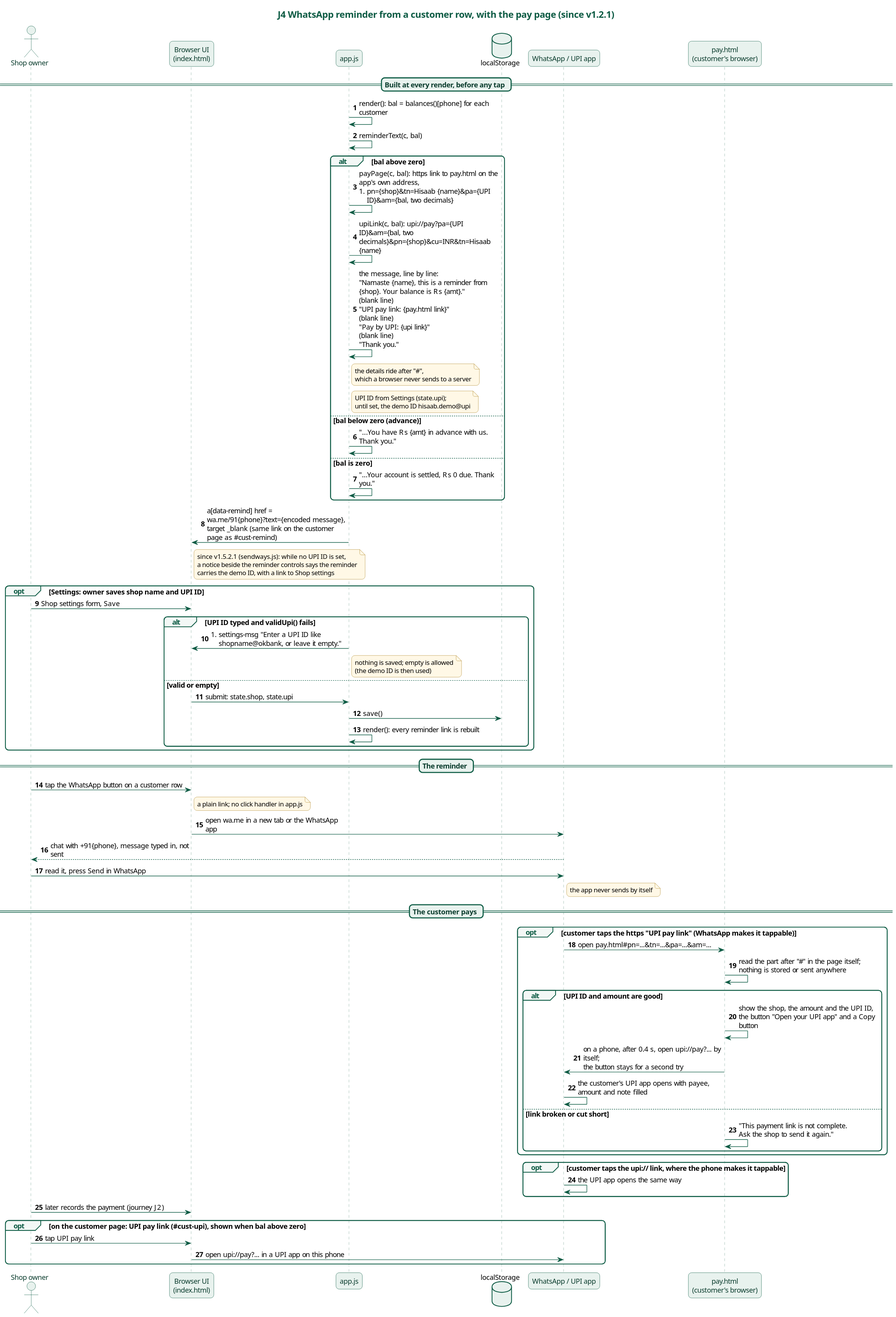
Earlier version of the PlantUML export docs/diagrams/j4-whatsapp-reminder.svg (karwasanjay007/hisaab-docs).
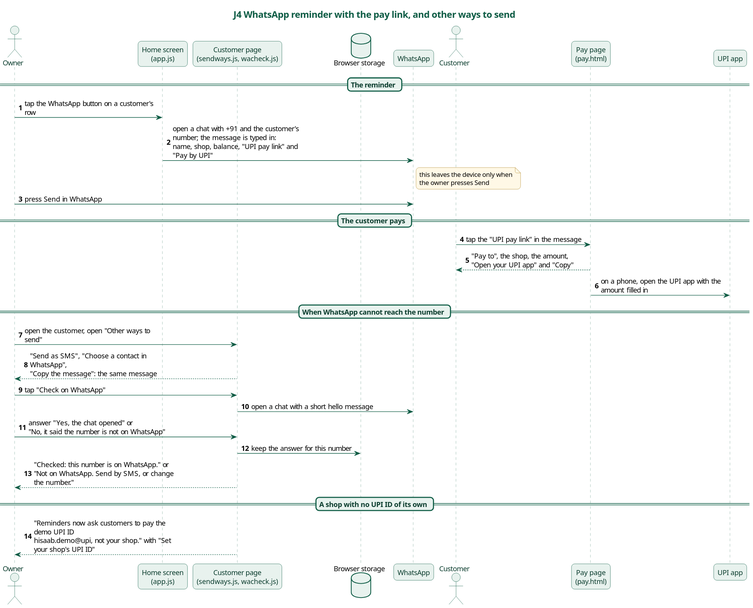
After the change.

Diff of the diagram source:
```diff
@@ -1,5 +1,5 @@
 @startuml
-title J4 WhatsApp reminder from a customer row, with the pay page (since v1.2.1)
+title J4 WhatsApp reminder with the pay link, and other ways to send
 skinparam backgroundColor white
 skinparam defaultFontName "Noto Sans"
 skinparam defaultFontSize 13
@@ -37,65 +37,32 @@
   BackgroundColor #FFF8E6
   FontSize 12
 }
-actor "Shop owner" as Owner
-participant "Browser UI\n(index.html)" as UI
-participant "app.js" as App
-database "localStorage" as LS
-participant "WhatsApp / UPI app" as WA
-participant "pay.html\n(customer's browser)" as Pay
+actor "Owner" as O
+participant "Home screen\n(app.js)" as H
+participant "Customer page\n(sendways.js, wacheck.js)" as C
+database "Browser storage" as S
+participant "WhatsApp" as WA
+actor "Customer" as K
+participant "Pay page\n(pay.html)" as P
+participant "UPI app" as U
 autonumber
-== Built at every render, before any tap ==
-App -> App : render(): bal = balances()[phone] for each customer
-App -> App : reminderText(c, bal)
-alt bal above zero
-  App -> App : payPage(c, bal): https link to pay.html on the app's own address,\n#pn={shop}&tn=Hisaab {name}&pa={UPI ID}&am={bal, two decimals}
-  App -> App : upiLink(c, bal): upi:~//pay?pa={UPI ID}&am={bal, two decimals}&pn={shop}&cu=INR&tn=Hisaab {name}
-  App -> App : the message, line by line:\n"Namaste {name}, this is a reminder from {shop}. Your balance is Rs {amt}."\n(blank line)\n"UPI pay link: {pay.html link}"\n(blank line)\n"Pay by UPI: {upi link}"\n(blank line)\n"Thank you."
-  note right of App : the details ride after "#",\nwhich a browser never sends to a server
-  note right of App : UPI ID from Settings (state.upi);\nuntil set, the demo ID hisaab.demo@upi
-else bal below zero (advance)
-  App -> App : "...You have Rs {amt} in advance with us. Thank you."
-else bal is zero
-  App -> App : "...Your account is settled, Rs 0 due. Thank you."
-end
-App -> UI : a[data-remind] href = wa.me/91{phone}?text={encoded message},\ntarget _blank (same link on the customer page as #cust-remind)
-note right of UI : since v1.5.2.1 (sendways.js): while no UPI ID is set,\na notice beside the reminder controls says the reminder\ncarries the demo ID, with a link to Shop settings
-opt Settings: owner saves shop name and UPI ID
-  Owner -> UI : Shop settings form, Save
-  alt UPI ID typed and validUpi() fails
-    App -> UI : #settings-msg "Enter a UPI ID like shopname@okbank, or leave it empty."
-    note right of App : nothing is saved; empty is allowed\n(the demo ID is then used)
-  else valid or empty
-    UI -> App : submit: state.shop, state.upi
-    App -> LS : save()
-    App -> App : render(): every reminder link is rebuilt
-  end
-end
 == The reminder ==
-Owner -> UI : tap the WhatsApp button on a customer row
-note right of UI : a plain link; no click handler in app.js
-UI -> WA : open wa.me in a new tab or the WhatsApp app
-WA --> Owner : chat with +91{phone}, message typed in, not sent
-Owner -> WA : read it, press Send in WhatsApp
-note right of WA : the app never sends by itself
+O -> H : tap the WhatsApp button on a customer's row
+H -> WA : open a chat with +91 and the customer's number; the message is typed in:\nname, shop, balance, "UPI pay link" and "Pay by UPI"
+note right of WA : this leaves the device only when\nthe owner presses Send
+O -> WA : press Send in WhatsApp
 == The customer pays ==
-opt customer taps the https "UPI pay link" (WhatsApp makes it tappable)
-  WA -> Pay : open pay.html#pn=...&tn=...&pa=...&am=...
-  Pay -> Pay : read the part after "#" in the page itself;\nnothing is stored or sent anywhere
-  alt UPI ID and amount are good
-    Pay -> Pay : show the shop, the amount and the UPI ID,\nthe button "Open your UPI app" and a Copy button
-    Pay -> WA : on a phone, after 0.4 s, open upi:~//pay?... by itself;\nthe button stays for a second try
-    WA -> WA : the customer's UPI app opens with payee, amount and note filled
-  else link broken or cut short
-    Pay -> Pay : "This payment link is not complete.\nAsk the shop to send it again."
-  end
-end
-opt customer taps the upi:~// link, where the phone makes it tappable
-  WA -> WA : the UPI app opens the same way
-end
-Owner -> UI : later records the payment (journey J2)
-opt on the customer page: UPI pay link (#cust-upi), shown when bal above zero
-  Owner -> UI : tap UPI pay link
-  UI -> WA : open upi:~//pay?... in a UPI app on this phone
-end
+K -> P : tap the "UPI pay link" in the message
+P --> K : "Pay to", the shop, the amount,\n"Open your UPI app" and "Copy"
+P -> U : on a phone, open the UPI app with the amount filled in
+== When WhatsApp cannot reach the number ==
+O -> C : open the customer, open "Other ways to send"
+C --> O : "Send as SMS", "Choose a contact in WhatsApp",\n"Copy the message": the same message
+O -> C : tap "Check on WhatsApp"
+C -> WA : open a chat with a short hello message
+O -> C : answer "Yes, the chat opened" or\n"No, it said the number is not on WhatsApp"
+C -> S : keep the answer for this number
+C --> O : "Checked: this number is on WhatsApp." or\n"Not on WhatsApp. Send by SMS, or change the number."
+== A shop with no UPI ID of its own ==
+C --> O : "Reminders now ask customers to pay the demo UPI ID\nhisaab.demo@upi, not your shop." with "Set your shop's UPI ID"
 @enduml
```
